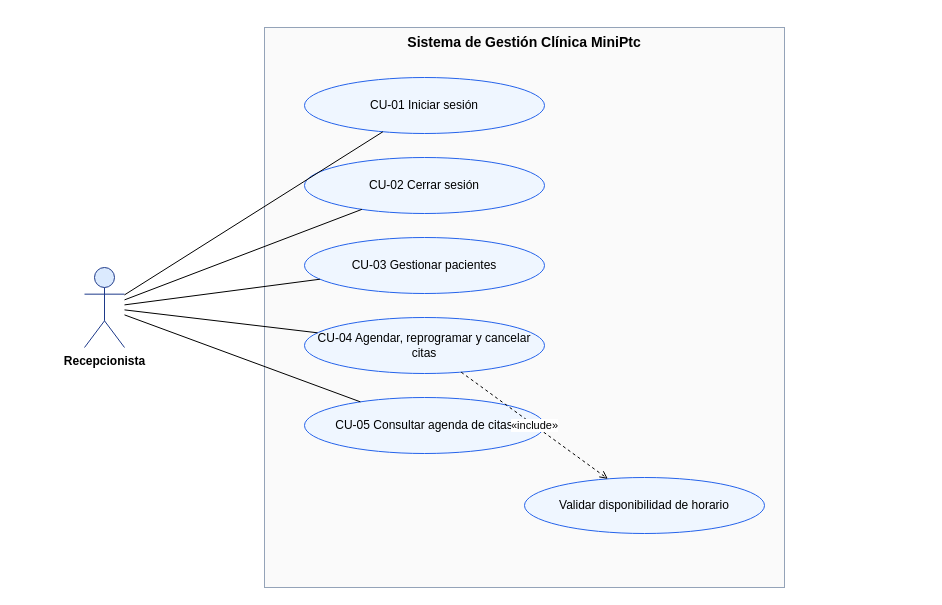
Before: page "Casos de uso - Recepcionista" (2 of 5) of ClinicaMiniPtc/Documentacion/Diagramas_ClinicaMiniPtc.drawio in lefusotf/mini-ptc, a draw.io diagram. Source tidied: cells renumbered, new cells numbered last; positions are measured from the earlier drawing's top-left corner, leaving out a move shared by most shapes. Both pictures are drawn from the tidied source at 100%, with x=0, y=0 at pixel (84, 27).
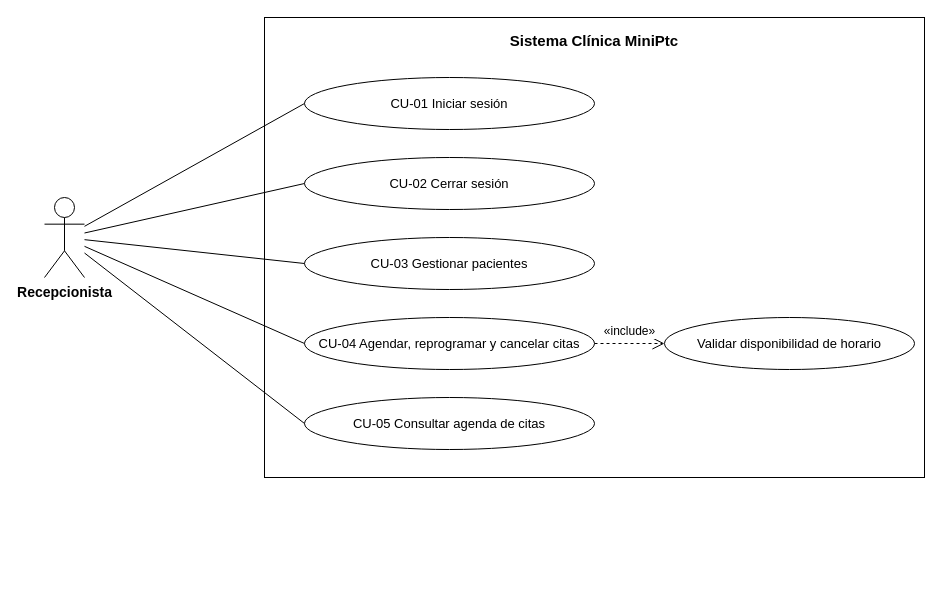
After the change.

Change to the diagram source:
```diff
@@
 <mxGraphModel>
   <root>
     <mxCell id="0" />
     <mxCell id="1" parent="0" />
-    <mxCell id="2" value="Sistema de Gestión Clínica MiniPtc" style="rounded=0;whiteSpace=wrap;html=1;fillColor=#FAFAFA;strokeColor=#94A3B8;verticalAlign=top;fontStyle=1;fontSize=14;" parent="1" vertex="1">
-      <mxGeometry x="180" width="520" height="560" as="geometry" />
-    </mxCell>
+    <mxCell id="16" value="Sistema Clínica MiniPtc" style="rounded=0;whiteSpace=wrap;html=1;verticalAlign=top;fontStyle=1;fontSize=15;spacingTop=8;strokeColor=#000000;fontColor=#000000;fillColor=#FFFFFF;" parent="1" vertex="1">
+      <mxGeometry x="180" y="-10" width="660" height="460" as="geometry" />
+    </mxCell>
-    <mxCell id="3" value="Recepcionista" style="shape=umlActor;verticalLabelPosition=bottom;verticalAlign=top;html=1;outlineConnect=0;fillColor=#DBEAFE;strokeColor=#1E3A8A;fontStyle=1;" parent="1" vertex="1">
-      <mxGeometry y="240" width="40" height="80" as="geometry" />
+    <mxCell id="3" value="Recepcionista" style="shape=umlActor;verticalLabelPosition=bottom;verticalAlign=top;html=1;outlineConnect=0;fontStyle=1;fontSize=14;strokeColor=#000000;fontColor=#000000;fillColor=#FFFFFF;" parent="1" vertex="1">
+      <mxGeometry x="-40" y="170" width="40" height="80" as="geometry" />
     </mxCell>
-    <mxCell id="4" value="CU-01 Iniciar sesión" style="ellipse;whiteSpace=wrap;html=1;fillColor=#EFF6FF;strokeColor=#2563EB;" parent="1" vertex="1">
-      <mxGeometry x="220" y="50" width="240" height="56" as="geometry" />
+    <mxCell id="4" value="CU-01 Iniciar sesión" style="ellipse;shape=ellipse;perimeter=ellipsePerimeter;whiteSpace=wrap;html=1;fontSize=13;strokeColor=#000000;fontColor=#000000;fillColor=#FFFFFF;" parent="1" vertex="1">
+      <mxGeometry x="220" y="50" width="290" height="52" as="geometry" />
     </mxCell>
+    <mxCell id="10" style="endArrow=none;html=1;strokeColor=#000000;entryX=0;entryY=0.5;entryDx=0;entryDy=0;" parent="1" edge="1" source="3" target="4">
+      <mxGeometry relative="1" as="geometry" />
+    </mxCell>
-    <mxCell id="5" value="CU-02 Cerrar sesión" style="ellipse;whiteSpace=wrap;html=1;fillColor=#EFF6FF;strokeColor=#2563EB;" parent="1" vertex="1">
-      <mxGeometry x="220" y="130" width="240" height="56" as="geometry" />
+    <mxCell id="5" value="CU-02 Cerrar sesión" style="ellipse;shape=ellipse;perimeter=ellipsePerimeter;whiteSpace=wrap;html=1;fontSize=13;strokeColor=#000000;fontColor=#000000;fillColor=#FFFFFF;" parent="1" vertex="1">
+      <mxGeometry x="220" y="130" width="290" height="52" as="geometry" />
     </mxCell>
+    <mxCell id="11" style="endArrow=none;html=1;strokeColor=#000000;entryX=0;entryY=0.5;entryDx=0;entryDy=0;" parent="1" edge="1" source="3" target="5">
+      <mxGeometry relative="1" as="geometry" />
+    </mxCell>
-    <mxCell id="6" value="CU-03 Gestionar pacientes" style="ellipse;whiteSpace=wrap;html=1;fillColor=#EFF6FF;strokeColor=#2563EB;" parent="1" vertex="1">
-      <mxGeometry x="220" y="210" width="240" height="56" as="geometry" />
+    <mxCell id="6" value="CU-03 Gestionar pacientes" style="ellipse;shape=ellipse;perimeter=ellipsePerimeter;whiteSpace=wrap;html=1;fontSize=13;strokeColor=#000000;fontColor=#000000;fillColor=#FFFFFF;" parent="1" vertex="1">
+      <mxGeometry x="220" y="210" width="290" height="52" as="geometry" />
     </mxCell>
+    <mxCell id="12" style="endArrow=none;html=1;strokeColor=#000000;entryX=0;entryY=0.5;entryDx=0;entryDy=0;" parent="1" edge="1" source="3" target="6">
+      <mxGeometry relative="1" as="geometry" />
+    </mxCell>
-    <mxCell id="7" value="CU-04 Agendar, reprogramar y cancelar citas" style="ellipse;whiteSpace=wrap;html=1;fillColor=#EFF6FF;strokeColor=#2563EB;" parent="1" vertex="1">
-      <mxGeometry x="220" y="290" width="240" height="56" as="geometry" />
+    <mxCell id="7" value="CU-04 Agendar, reprogramar y cancelar citas" style="ellipse;shape=ellipse;perimeter=ellipsePerimeter;whiteSpace=wrap;html=1;fontSize=13;strokeColor=#000000;fontColor=#000000;fillColor=#FFFFFF;" parent="1" vertex="1">
+      <mxGeometry x="220" y="290" width="290" height="52" as="geometry" />
     </mxCell>
+    <mxCell id="13" style="endArrow=none;html=1;strokeColor=#000000;entryX=0;entryY=0.5;entryDx=0;entryDy=0;" parent="1" edge="1" source="3" target="7">
+      <mxGeometry relative="1" as="geometry" />
+    </mxCell>
-    <mxCell id="8" value="CU-05 Consultar agenda de citas" style="ellipse;whiteSpace=wrap;html=1;fillColor=#EFF6FF;strokeColor=#2563EB;" parent="1" vertex="1">
-      <mxGeometry x="220" y="370" width="240" height="56" as="geometry" />
+    <mxCell id="8" value="CU-05 Consultar agenda de citas" style="ellipse;shape=ellipse;perimeter=ellipsePerimeter;whiteSpace=wrap;html=1;fontSize=13;strokeColor=#000000;fontColor=#000000;fillColor=#FFFFFF;" parent="1" vertex="1">
+      <mxGeometry x="220" y="370" width="290" height="52" as="geometry" />
     </mxCell>
+    <mxCell id="14" style="endArrow=none;html=1;strokeColor=#000000;entryX=0;entryY=0.5;entryDx=0;entryDy=0;" parent="1" edge="1" source="3" target="8">
+      <mxGeometry relative="1" as="geometry" />
+    </mxCell>
-    <mxCell id="9" value="Validar disponibilidad de horario" style="ellipse;whiteSpace=wrap;html=1;fillColor=#EFF6FF;strokeColor=#2563EB;" parent="1" vertex="1">
-      <mxGeometry x="440" y="450" width="240" height="56" as="geometry" />
+    <mxCell id="9" value="Validar disponibilidad de horario" style="ellipse;shape=ellipse;perimeter=ellipsePerimeter;whiteSpace=wrap;html=1;fontSize=13;strokeColor=#000000;fontColor=#000000;fillColor=#FFFFFF;" parent="1" vertex="1">
+      <mxGeometry x="580" y="290" width="250" height="52" as="geometry" />
     </mxCell>
-    <mxCell id="10" style="endArrow=none;html=1;" parent="1" edge="1" source="3" target="4">
-      <mxGeometry relative="1" as="geometry" />
-    </mxCell>
-    <mxCell id="11" style="endArrow=none;html=1;" parent="1" edge="1" source="3" target="5">
-      <mxGeometry relative="1" as="geometry" />
-    </mxCell>
-    <mxCell id="12" style="endArrow=none;html=1;" parent="1" edge="1" source="3" target="6">
-      <mxGeometry relative="1" as="geometry" />
-    </mxCell>
-    <mxCell id="13" style="endArrow=none;html=1;" parent="1" edge="1" source="3" target="7">
-      <mxGeometry relative="1" as="geometry" />
-    </mxCell>
-    <mxCell id="14" style="endArrow=none;html=1;" parent="1" edge="1" source="3" target="8">
-      <mxGeometry relative="1" as="geometry" />
-    </mxCell>
-    <mxCell id="15" value="«include»" style="endArrow=open;dashed=1;html=1;endFill=0;" parent="1" edge="1" source="7" target="9">
-      <mxGeometry relative="1" as="geometry" />
+    <mxCell id="15" value="«include»" style="endArrow=open;dashed=1;html=1;endFill=0;endSize=10;strokeColor=#000000;fontColor=#000000;fontSize=12;labelBackgroundColor=#FFFFFF;" parent="1" edge="1" source="7" target="9">
+      <mxGeometry relative="1" as="geometry">
+        <mxPoint y="-12" as="offset" />
+      </mxGeometry>
     </mxCell>
   </root>
 </mxGraphModel>
```
